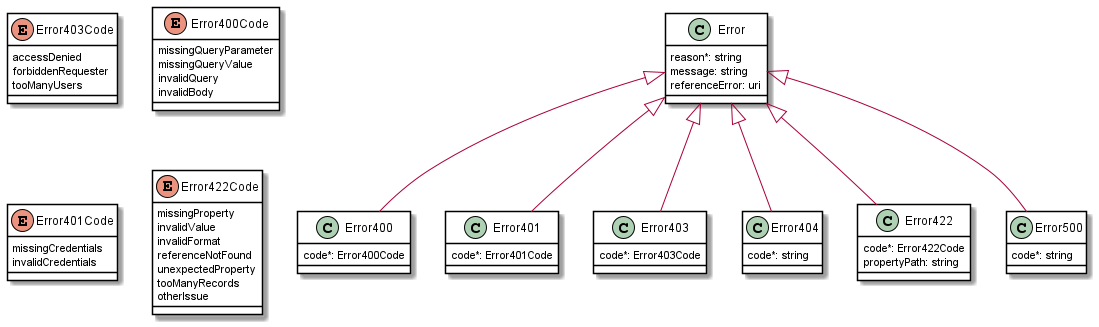
Above: documentation/productApi/serviceability/address/media/addressErrorModel.png in MEF-GIT/MEF-LSO-Sonata-SDK (PlantUML), before the change.
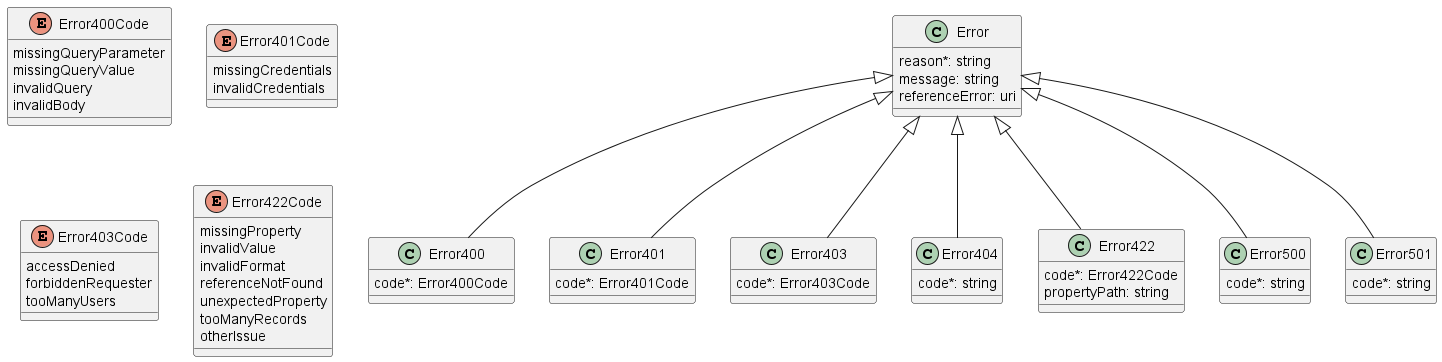
The same diagram one commit later.

The edit, as a diff of the source:
```diff
@@ -1,8 +1,14 @@
 @startuml
-skinparam {
-    ClassBackgroundColor White
-    ClassBorderColor Black
+
+
+class Error {
+
+    reason*: string
+    message: string
+    referenceError: uri
 }
+
+
 
 class Error400 {
 
@@ -12,6 +18,13 @@
 
 
 
+enum Error400Code {
+
+    missingQueryParameter
+    missingQueryValue
+    invalidQuery
+    invalidBody
+}
 class Error401 {
 
     code*: Error401Code
@@ -20,6 +33,11 @@
 
 
 
+enum Error401Code {
+
+    missingCredentials
+    invalidCredentials
+}
 class Error403 {
 
     code*: Error403Code
@@ -40,6 +58,8 @@
 }
 Error <|-- Error404
 
+
+
 class Error422 {
 
     code*: Error422Code
@@ -48,35 +68,6 @@
 Error <|-- Error422
 
 
-
-class Error500 {
-
-    code*: string
-}
-Error <|-- Error500
-
-
-
-class Error {
-
-    reason*: string
-    message: string
-    referenceError: uri
-}
-
-enum Error400Code {
-
-    missingQueryParameter
-    missingQueryValue
-    invalidQuery
-    invalidBody
-}
-
-enum Error401Code {
-
-    missingCredentials
-    invalidCredentials
-}
 
 enum Error422Code {
 
@@ -88,4 +79,19 @@
     tooManyRecords
     otherIssue
 }
+class Error500 {
+
+    code*: string
+}
+Error <|-- Error500
+
+
+
+class Error501 {
+
+    code*: string
+}
+Error <|-- Error501
+
+
 @enduml
```
